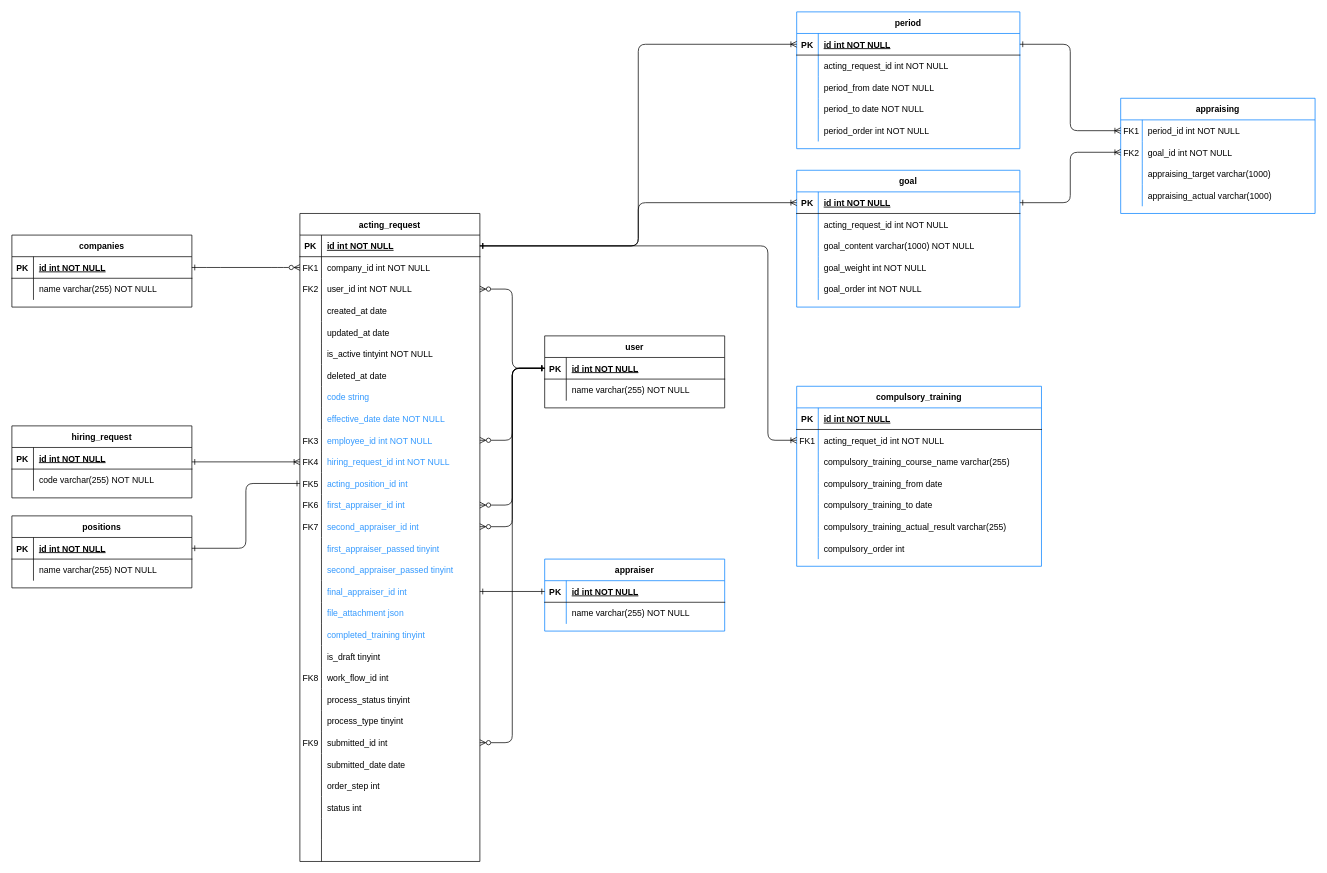
Earlier version of the draw.io diagram hrtech_acting_request.drawio (minh91a1/drawio). Source tidied: cells renumbered, new cells numbered last; positions are measured from the earlier drawing's top-left corner, leaving out a move shared by most shapes. Both pictures are drawn from the tidied source at 72%, with x=0, y=0 at pixel (12, 12).
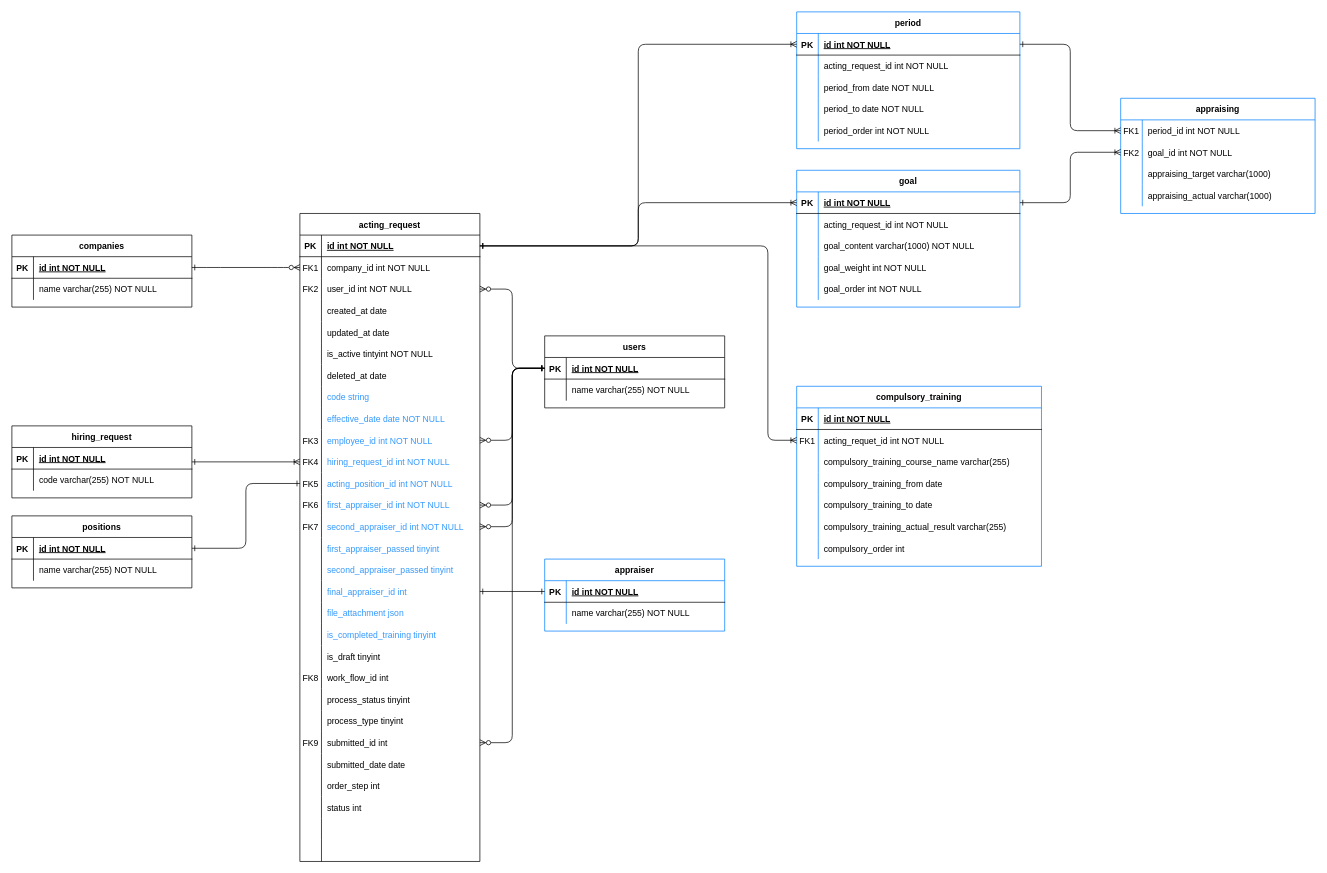
The same page after the edit.

The change refers to these unchanged cells:
```xml
<mxCell id="37" style="shape=partialRectangle;fillColor=none;points=[[0,0.5],[1,0.5]];portConstraint=eastwest;top=0;left=0;right=0;bottom=0;" parent="3" vertex="1">
  <mxGeometry y="360" width="250" height="30" as="geometry" />
</mxCell>
<mxCell id="40" style="shape=partialRectangle;fillColor=none;points=[[0,0.5],[1,0.5]];portConstraint=eastwest;top=0;left=0;right=0;bottom=0;" parent="3" vertex="1">
  <mxGeometry y="390" width="250" height="30" as="geometry" />
</mxCell>
<mxCell id="43" style="shape=partialRectangle;fillColor=none;points=[[0,0.5],[1,0.5]];portConstraint=eastwest;top=0;left=0;right=0;bottom=0;" parent="3" vertex="1">
  <mxGeometry y="420" width="250" height="30" as="geometry" />
</mxCell>
<mxCell id="58" style="shape=partialRectangle;fillColor=none;top=0;left=0;right=0;bottom=0;" parent="3" vertex="1">
  <mxGeometry y="570" width="250" height="30" as="geometry" />
</mxCell>
```

Change to the diagram source:
```diff
@@
-    <mxCell id="39" value="acting_position_id int" style="shape=partialRectangle;overflow=hidden;fillColor=none;top=0;left=0;bottom=0;right=0;align=left;spacingLeft=6;fontColor=#3399FF;" parent="37" vertex="1">
+    <mxCell id="39" value="acting_position_id int NOT NULL" style="shape=partialRectangle;overflow=hidden;fillColor=none;top=0;left=0;bottom=0;right=0;align=left;spacingLeft=6;fontColor=#3399FF;" parent="37" vertex="1">
       <mxGeometry x="30" width="220" height="30" as="geometry" />
     </mxCell>
@@
-    <mxCell id="42" value="first_appraiser_id int" style="shape=partialRectangle;overflow=hidden;fillColor=none;top=0;left=0;bottom=0;right=0;align=left;spacingLeft=6;fontColor=#3399FF;" parent="40" vertex="1">
+    <mxCell id="42" value="first_appraiser_id int NOT NULL" style="shape=partialRectangle;overflow=hidden;fillColor=none;top=0;left=0;bottom=0;right=0;align=left;spacingLeft=6;fontColor=#3399FF;" parent="40" vertex="1">
       <mxGeometry x="30" width="220" height="30" as="geometry" />
     </mxCell>
@@
-    <mxCell id="45" value="second_appraiser_id int" style="shape=partialRectangle;overflow=hidden;fillColor=none;top=0;left=0;bottom=0;right=0;align=left;spacingLeft=6;fontColor=#3399FF;" parent="43" vertex="1">
+    <mxCell id="45" value="second_appraiser_id int NOT NULL" style="shape=partialRectangle;overflow=hidden;fillColor=none;top=0;left=0;bottom=0;right=0;align=left;spacingLeft=6;fontColor=#3399FF;" parent="43" vertex="1">
       <mxGeometry x="30" width="220" height="30" as="geometry" />
     </mxCell>
@@
-    <mxCell id="60" value="completed_training tinyint" style="shape=partialRectangle;overflow=hidden;fillColor=none;top=0;left=0;bottom=0;right=0;align=left;spacingLeft=6;fontColor=#3399FF;" parent="58" vertex="1">
+    <mxCell id="60" value="is_completed_training tinyint" style="shape=partialRectangle;overflow=hidden;fillColor=none;top=0;left=0;bottom=0;right=0;align=left;spacingLeft=6;fontColor=#3399FF;" parent="58" vertex="1">
       <mxGeometry x="30" width="220" height="30" as="geometry" />
     </mxCell>
@@
-    <mxCell id="98" value="user" style="shape=table;startSize=30;childLayout=tableLayout;rowLines=0;fontStyle=1;align=center;" parent="1" vertex="1">
+    <mxCell id="98" value="users" style="shape=table;startSize=30;childLayout=tableLayout;rowLines=0;fontStyle=1;align=center;" parent="1" vertex="1">
       <mxGeometry x="740" y="450" width="250" height="100" as="geometry" />
     </mxCell>
```
